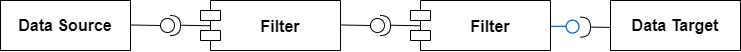
Earlier version of the draw.io export Architectural styles/Dataflow systems/PipeAndFiltersComponentDiagram.png (smitbmx/Architecture-Diagrams). Source tidied: cells renumbered, new cells last; positions are measured from the earlier drawing's top-left corner, leaving out a move shared by most shapes.
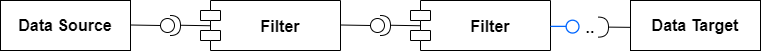
Above is the later version.

Diff of the diagram source:
```diff
@@ -12,7 +12,7 @@
       <mxGeometry x="410" width="140" height="50" as="geometry" />
     </mxCell>
     <mxCell id="5" value="&lt;b&gt;Data Target&lt;/b&gt;" style="rounded=0;whiteSpace=wrap;html=1;fontSize=16;verticalAlign=middle;" parent="1" vertex="1">
-      <mxGeometry x="610" width="130" height="50" as="geometry" />
+      <mxGeometry x="630" width="130" height="50" as="geometry" />
     </mxCell>
     <mxCell id="6" style="shape=providedRequiredInterface;html=1;verticalLabelPosition=bottom;sketch=0;fontSize=16;verticalAlign=middle;" parent="1" vertex="1">
       <mxGeometry x="160" y="15" width="20" height="20" as="geometry" />
@@ -45,7 +45,7 @@
       </mxGeometry>
     </mxCell>
     <mxCell id="12" style="shape=requiredInterface;html=1;verticalLabelPosition=bottom;sketch=0;fontSize=16;verticalAlign=middle;" parent="1" vertex="1">
-      <mxGeometry x="580" y="16.6" width="10" height="20" as="geometry" />
+      <mxGeometry x="598" y="16.6" width="10" height="20" as="geometry" />
     </mxCell>
     <mxCell id="13" style="perimeter=ellipsePerimeter;html=1;align=center;shadow=0;dashed=0;spacingTop=3;image;image=img/lib/active_directory/interface.svg;fontSize=16;" parent="1" vertex="1">
       <mxGeometry x="550" y="19.6" width="30" height="14.1" as="geometry" />
@@ -53,5 +53,8 @@
     <mxCell id="14" style="endArrow=none;html=1;rounded=0;fontSize=16;entryX=1;entryY=0.5;entryDx=0;entryDy=0;entryPerimeter=0;exitX=0.003;exitY=0.537;exitDx=0;exitDy=0;exitPerimeter=0;" parent="1" edge="1" source="5" target="12">
       <mxGeometry relative="1" as="geometry" />
     </mxCell>
+    <mxCell id="15" value="&lt;b&gt;..&lt;/b&gt;" style="text;html=1;strokeColor=none;fillColor=none;align=center;verticalAlign=middle;whiteSpace=wrap;rounded=0;fontSize=16;" parent="1" vertex="1">
+      <mxGeometry x="560" y="11.6" width="60" height="30" as="geometry" />
+    </mxCell>
   </root>
 </mxGraphModel>
```
